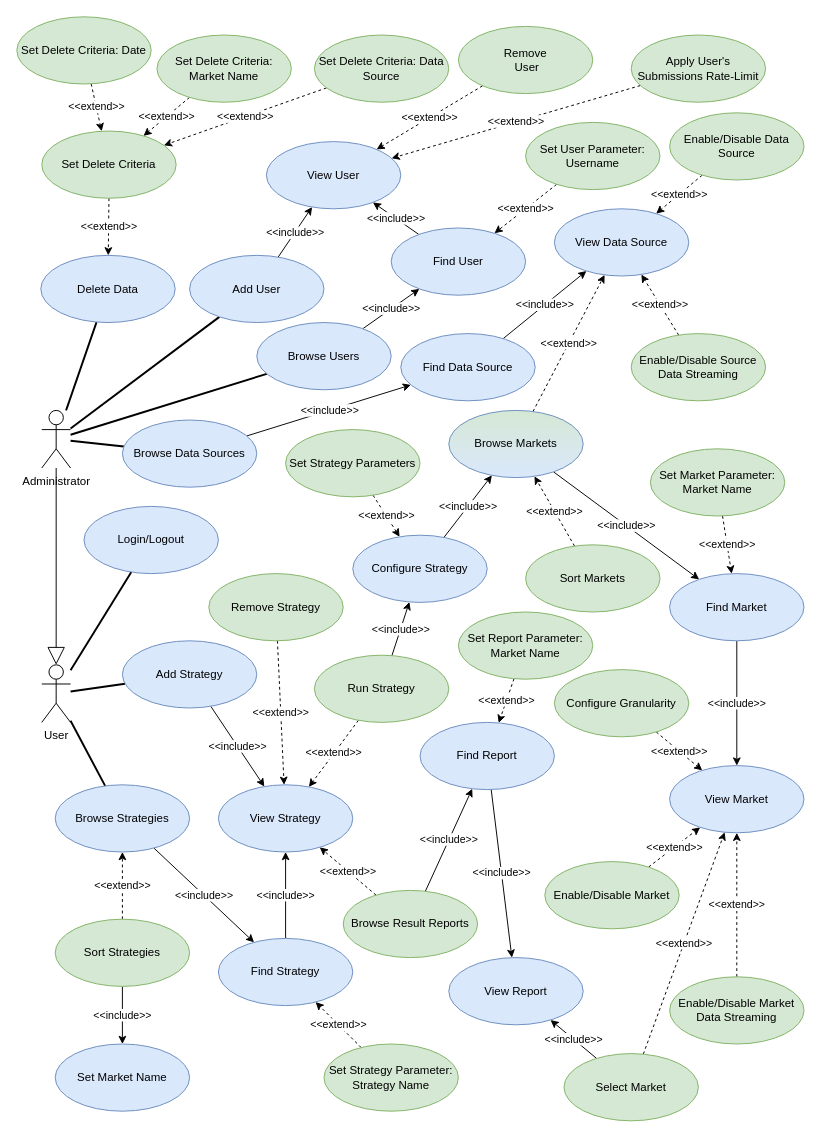
Earlier version of the draw.io diagram drawio/usecases.drawio (nferrante1/lsmsd2). Source tidied: cells renumbered, new cells numbered last; positions are measured from the earlier drawing's top-left corner, leaving out a move shared by most shapes. Both pictures are drawn from the tidied source at 96%, with x=0, y=0 at pixel (16, 16).
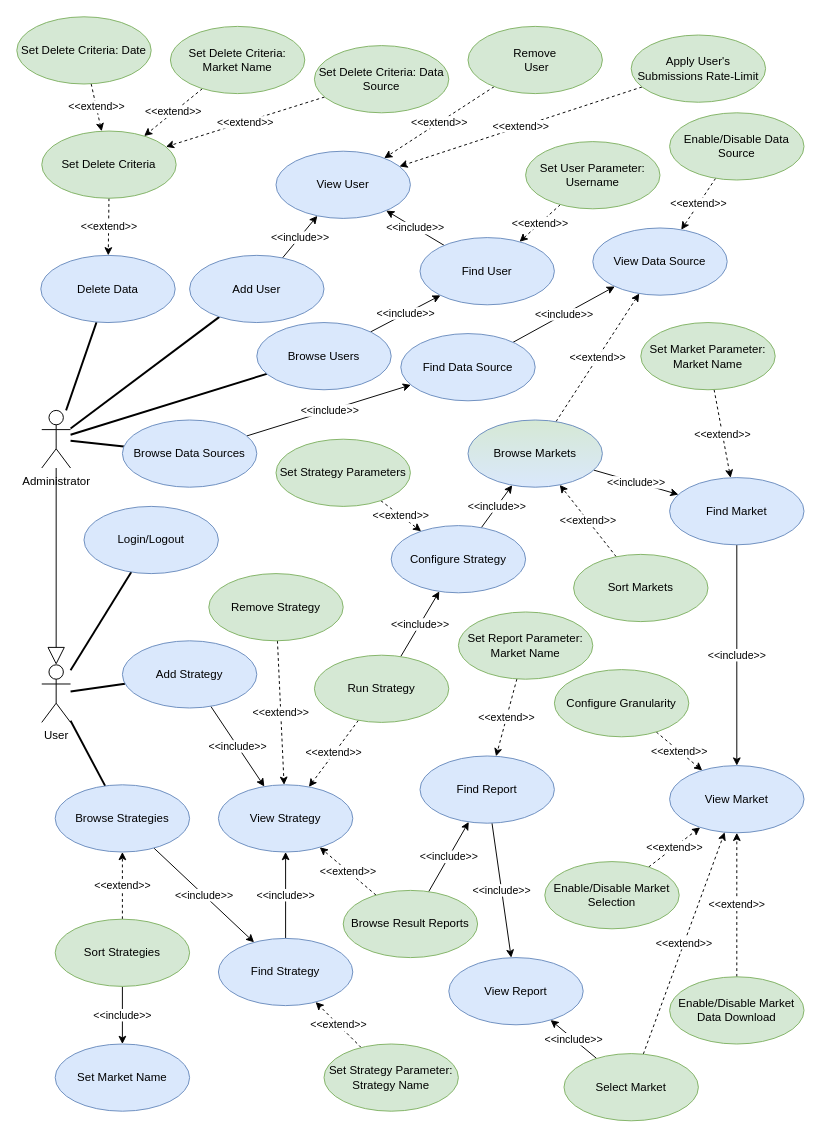
Above is the later version.

The edit, as a diff of the source:
```diff
@@
     <mxCell id="10" value="&lt;div&gt;Remove&lt;/div&gt;&amp;nbsp;User" style="ellipse;whiteSpace=wrap;html=1;fillColor=#d5e8d4;strokeColor=#82b366;" parent="1" vertex="1">
-      <mxGeometry x="460" y="10" width="140" height="70" as="geometry" />
+      <mxGeometry x="470" y="10" width="140" height="70" as="geometry" />
     </mxCell>
     <mxCell id="11" value="View Data Source" style="ellipse;whiteSpace=wrap;html=1;fillColor=#dae8fc;strokeColor=#6c8ebf;" parent="1" vertex="1">
-      <mxGeometry x="560" y="200" width="140" height="70" as="geometry" />
+      <mxGeometry x="600" y="220" width="140" height="70" as="geometry" />
     </mxCell>
@@
     <mxCell id="14" value="View User" style="ellipse;whiteSpace=wrap;html=1;fillColor=#dae8fc;strokeColor=#6c8ebf;" parent="1" vertex="1">
-      <mxGeometry x="260" y="130" width="140" height="70" as="geometry" />
+      <mxGeometry x="270" y="140" width="140" height="70" as="geometry" />
     </mxCell>
@@
     <mxCell id="18" value="Find User" style="ellipse;whiteSpace=wrap;html=1;fillColor=#dae8fc;strokeColor=#6c8ebf;" parent="1" vertex="1">
-      <mxGeometry x="390" y="220" width="140" height="70" as="geometry" />
+      <mxGeometry x="420" y="230" width="140" height="70" as="geometry" />
     </mxCell>
@@
     <mxCell id="20" value="Set User Parameter: Username" style="ellipse;whiteSpace=wrap;html=1;fillColor=#d5e8d4;strokeColor=#82b366;" parent="1" vertex="1">
-      <mxGeometry x="530" y="110" width="140" height="70" as="geometry" />
+      <mxGeometry x="530" y="130" width="140" height="70" as="geometry" />
     </mxCell>
@@
     <mxCell id="34" value="Set Delete Criteria: Market Name" style="ellipse;whiteSpace=wrap;html=1;fillColor=#d5e8d4;strokeColor=#82b366;" parent="1" vertex="1">
-      <mxGeometry x="146" y="19" width="140" height="70" as="geometry" />
+      <mxGeometry x="160" y="10" width="140" height="70" as="geometry" />
     </mxCell>
@@
     <mxCell id="36" value="Set Delete Criteria: Data Source" style="ellipse;whiteSpace=wrap;html=1;fillColor=#d5e8d4;strokeColor=#82b366;" parent="1" vertex="1">
-      <mxGeometry x="310" y="19" width="140" height="70" as="geometry" />
+      <mxGeometry x="310" y="30" width="140" height="70" as="geometry" />
     </mxCell>
@@
-    <mxCell id="41" value="Enable/Disable Market" style="ellipse;whiteSpace=wrap;html=1;fillColor=#d5e8d4;strokeColor=#82b366;" parent="1" vertex="1">
+    <mxCell id="41" value="Enable/Disable Market Selection" style="ellipse;whiteSpace=wrap;html=1;fillColor=#d5e8d4;strokeColor=#82b366;" parent="1" vertex="1">
       <mxGeometry x="550" y="880" width="140" height="70" as="geometry" />
     </mxCell>
@@
-    <mxCell id="43" value="Enable/Disable Market Data Streaming" style="ellipse;whiteSpace=wrap;html=1;fillColor=#d5e8d4;strokeColor=#82b366;" parent="1" vertex="1">
+    <mxCell id="43" value="Enable/Disable Market Data Download" style="ellipse;whiteSpace=wrap;html=1;fillColor=#d5e8d4;strokeColor=#82b366;" parent="1" vertex="1">
       <mxGeometry x="680" y="1000" width="140" height="70" as="geometry" />
     </mxCell>
@@
     <mxCell id="45" value="Find Market" style="ellipse;whiteSpace=wrap;html=1;fillColor=#dae8fc;strokeColor=#6c8ebf;" parent="1" vertex="1">
-      <mxGeometry x="680" y="580" width="140" height="70" as="geometry" />
+      <mxGeometry x="680" y="480" width="140" height="70" as="geometry" />
     </mxCell>
@@
     <mxCell id="47" value="Set Market Parameter: Market Name" style="ellipse;whiteSpace=wrap;html=1;fillColor=#d5e8d4;strokeColor=#82b366;" parent="1" vertex="1">
-      <mxGeometry x="660" y="450" width="140" height="70" as="geometry" />
+      <mxGeometry x="650" y="318.5" width="140" height="70" as="geometry" />
     </mxCell>
@@
     <mxCell id="70" value="Configure Strategy" style="ellipse;whiteSpace=wrap;html=1;fillColor=#dae8fc;strokeColor=#6c8ebf;" parent="1" vertex="1">
-      <mxGeometry x="350" y="540" width="140" height="70" as="geometry" />
+      <mxGeometry x="390" y="530" width="140" height="70" as="geometry" />
     </mxCell>
@@
     <mxCell id="72" value="Set Strategy Parameters" style="ellipse;whiteSpace=wrap;html=1;fillColor=#d5e8d4;strokeColor=#82b366;" parent="1" vertex="1">
-      <mxGeometry x="280" y="430" width="140" height="70" as="geometry" />
+      <mxGeometry x="270" y="440" width="140" height="70" as="geometry" />
     </mxCell>
@@
     <mxCell id="74" value="Sort Markets" style="ellipse;whiteSpace=wrap;html=1;fillColor=#d5e8d4;strokeColor=#82b366;" parent="1" vertex="1">
-      <mxGeometry x="530" y="550" width="140" height="70" as="geometry" />
+      <mxGeometry x="580" y="560" width="140" height="70" as="geometry" />
     </mxCell>
@@
     <mxCell id="79" value="Find Report" style="ellipse;whiteSpace=wrap;html=1;fillColor=#dae8fc;strokeColor=#6c8ebf;" parent="1" vertex="1">
-      <mxGeometry x="420" y="735" width="140" height="70" as="geometry" />
+      <mxGeometry x="420" y="770" width="140" height="70" as="geometry" />
     </mxCell>
@@
     <mxCell id="83" value="Browse Markets" style="ellipse;whiteSpace=wrap;html=1;fillColor=#dae8fc;strokeColor=#6c8ebf;gradientDirection=north;gradientColor=#D5E8D4;" parent="1" vertex="1">
-      <mxGeometry x="450" y="410" width="140" height="70" as="geometry" />
+      <mxGeometry x="470" y="420" width="140" height="70" as="geometry" />
     </mxCell>
@@
-    <mxCell id="91" value="&amp;lt;&amp;lt;extend&amp;gt;&amp;gt;" style="rounded=0;jettySize=auto;html=1;dashed=1;" parent="1" edge="1" source="92" target="11">
-      <mxGeometry relative="1" as="geometry" />
-    </mxCell>
-    <mxCell id="92" value="Enable/Disable Source Data Streaming" style="ellipse;whiteSpace=wrap;html=1;fillColor=#d5e8d4;strokeColor=#82b366;" parent="1" vertex="1">
-      <mxGeometry x="640" y="330" width="140" height="70" as="geometry" />
-    </mxCell>
```
